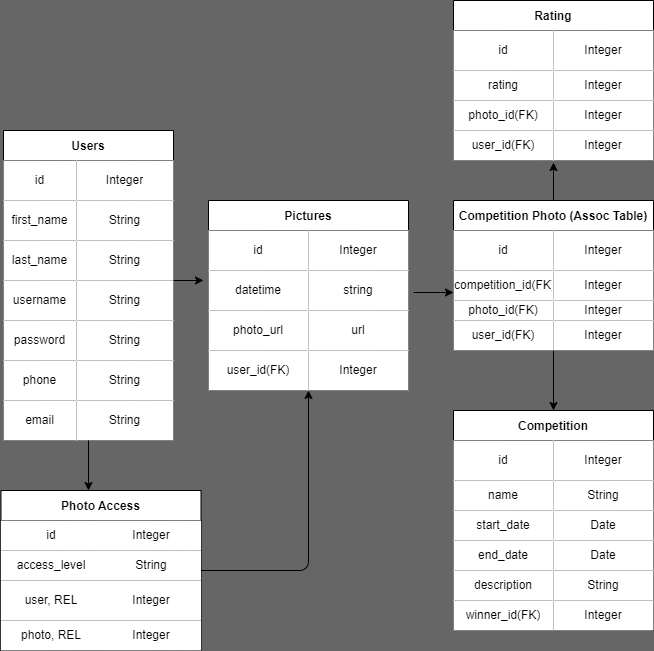
kcweise/wildlife keeps this draw.io diagram as planning/database-schema.png. Above is the earlier version. Source tidied: cells renumbered, new cells last; positions are measured from the earlier drawing's top-left corner, leaving out a move shared by most shapes.
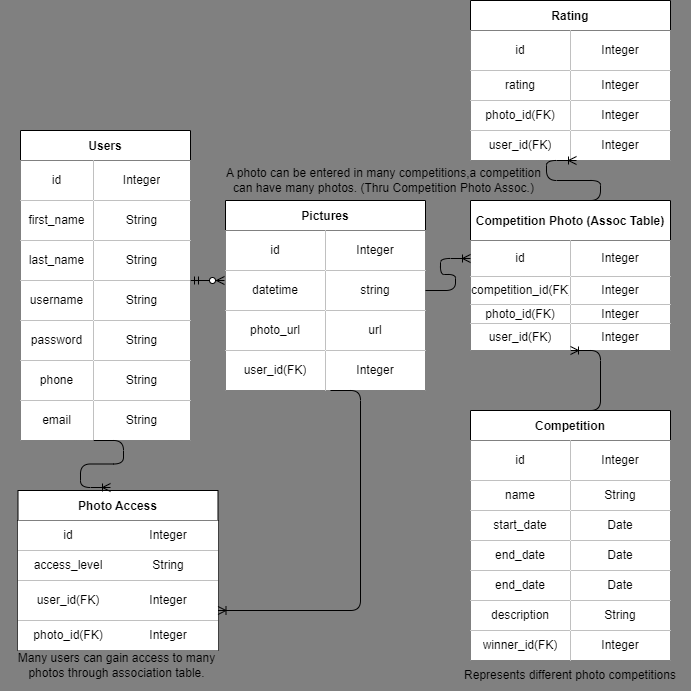
Above is the later version.

Commit message:
Updated database schema and started models

What changed in the source:
```diff
@@ -1,4 +1,4 @@
-<mxGraphModel background="#666666">
+<mxGraphModel background="#808080">
   <root>
     <mxCell id="0" />
     <mxCell id="1" parent="0" />
@@ -107,52 +107,45 @@
     <mxCell id="36" value="Integer" style="shape=partialRectangle;html=1;whiteSpace=wrap;fillColor=default;top=0;left=0;bottom=0;right=0;overflow=hidden;" parent="34" vertex="1">
       <mxGeometry x="100" width="100" height="40" as="geometry" />
     </mxCell>
-    <mxCell id="37" value="Competition Photo (Assoc Table)" style="shape=table;startSize=30;fontStyle=1;align=center;fillColor=default;" parent="1" vertex="1">
+    <mxCell id="37" value="Competition Photo (Assoc Table)" style="shape=table;startSize=40;fontStyle=1;align=center;fillColor=default;" parent="1" vertex="1">
       <mxGeometry x="452" y="200" width="200" height="150" as="geometry" />
     </mxCell>
     <mxCell id="38" style="shape=tableRow;horizontal=0;startSize=0;swimlaneHead=0;swimlaneBody=0;top=0;left=0;bottom=0;right=0;fillColor=none;points=[[0,0.5],[1,0.5]];portConstraint=eastwest;" parent="37" vertex="1">
-      <mxGeometry y="30" width="200" height="40" as="geometry" />
+      <mxGeometry y="40" width="200" height="36" as="geometry" />
     </mxCell>
     <mxCell id="39" value="id" style="shape=partialRectangle;html=1;whiteSpace=wrap;fillColor=default;top=0;left=0;bottom=0;right=0;overflow=hidden;" parent="38" vertex="1">
-      <mxGeometry width="100" height="40" as="geometry" />
+      <mxGeometry width="100" height="36" as="geometry" />
     </mxCell>
     <mxCell id="40" value="Integer" style="shape=partialRectangle;html=1;whiteSpace=wrap;fillColor=default;top=0;left=0;bottom=0;right=0;overflow=hidden;" parent="38" vertex="1">
-      <mxGeometry x="100" width="100" height="40" as="geometry" />
+      <mxGeometry x="100" width="100" height="36" as="geometry" />
     </mxCell>
     <mxCell id="41" style="shape=tableRow;horizontal=0;startSize=0;swimlaneHead=0;swimlaneBody=0;top=0;left=0;bottom=0;right=0;fillColor=none;points=[[0,0.5],[1,0.5]];portConstraint=eastwest;strokeColor=none;swimlaneLine=0;" parent="37" vertex="1">
-      <mxGeometry y="70" width="200" height="30" as="geometry" />
+      <mxGeometry y="76" width="200" height="28" as="geometry" />
     </mxCell>
     <mxCell id="42" value="competition_id(FK)" style="shape=partialRectangle;html=1;whiteSpace=wrap;fillColor=default;top=0;left=0;bottom=0;right=0;overflow=hidden;" parent="41" vertex="1">
-      <mxGeometry width="100" height="30" as="geometry" />
+      <mxGeometry width="100" height="28" as="geometry" />
     </mxCell>
     <mxCell id="43" value="Integer" style="shape=partialRectangle;html=1;whiteSpace=wrap;fillColor=default;top=0;left=0;bottom=0;right=0;overflow=hidden;" parent="41" vertex="1">
-      <mxGeometry x="100" width="100" height="30" as="geometry" />
+      <mxGeometry x="100" width="100" height="28" as="geometry" />
     </mxCell>
     <mxCell id="44" style="shape=tableRow;horizontal=0;startSize=0;swimlaneHead=0;swimlaneBody=0;top=0;left=0;bottom=0;right=0;fillColor=none;strokeColor=none;swimlaneLine=0;" parent="37" vertex="1">
-      <mxGeometry y="100" width="200" height="20" as="geometry" />
+      <mxGeometry y="104" width="200" height="19" as="geometry" />
     </mxCell>
     <mxCell id="45" value="photo_id(FK)" style="shape=partialRectangle;html=1;whiteSpace=wrap;fillColor=default;top=0;left=0;bottom=0;right=0;overflow=hidden;" parent="44" vertex="1">
-      <mxGeometry width="100" height="20" as="geometry" />
+      <mxGeometry width="100" height="19" as="geometry" />
     </mxCell>
     <mxCell id="46" value="Integer" style="shape=partialRectangle;html=1;whiteSpace=wrap;fillColor=default;top=0;left=0;bottom=0;right=0;overflow=hidden;" parent="44" vertex="1">
-      <mxGeometry x="100" width="100" height="20" as="geometry" />
+      <mxGeometry x="100" width="100" height="19" as="geometry" />
     </mxCell>
     <mxCell id="47" style="shape=tableRow;horizontal=0;startSize=0;swimlaneHead=0;swimlaneBody=0;top=0;left=0;bottom=0;right=0;fillColor=none;strokeColor=none;swimlaneLine=0;" parent="37" vertex="1">
-      <mxGeometry y="120" width="200" height="30" as="geometry" />
+      <mxGeometry y="123" width="200" height="27" as="geometry" />
     </mxCell>
     <mxCell id="48" value="user_id(FK)" style="shape=partialRectangle;html=1;whiteSpace=wrap;fillColor=default;top=0;left=0;bottom=0;right=0;overflow=hidden;" parent="47" vertex="1">
-      <mxGeometry width="100" height="30" as="geometry" />
+      <mxGeometry width="100" height="27" as="geometry" />
     </mxCell>
     <mxCell id="49" value="Integer" style="shape=partialRectangle;html=1;whiteSpace=wrap;fillColor=default;top=0;left=0;bottom=0;right=0;overflow=hidden;" parent="47" vertex="1">
-      <mxGeometry x="100" width="100" height="30" as="geometry" />
+      <mxGeometry x="100" width="100" height="27" as="geometry" />
     </mxCell>
-    <mxCell id="50" style="edgeStyle=none;html=1;exitX=1;exitY=0.5;exitDx=0;exitDy=0;entryX=0.5;entryY=1;entryDx=0;entryDy=0;" parent="1" edge="1" source="51" target="24">
-      <mxGeometry relative="1" as="geometry">
-        <Array as="points">
-          <mxPoint x="307" y="570" />
-        </Array>
-      </mxGeometry>
-    </mxCell>
     <mxCell id="51" value="Photo Access" style="shape=table;startSize=30;fontStyle=1;align=center;" parent="1" vertex="1">
       <mxGeometry x="-0.5" y="490" width="200" height="160" as="geometry" />
     </mxCell>
@@ -177,7 +170,7 @@
     <mxCell id="58" style="shape=tableRow;horizontal=0;startSize=0;swimlaneHead=0;swimlaneBody=0;top=0;left=0;bottom=0;right=0;fillColor=none;" parent="51" vertex="1">
       <mxGeometry y="90" width="200" height="40" as="geometry" />
     </mxCell>
-    <mxCell id="59" value="user, REL" style="shape=partialRectangle;html=1;whiteSpace=wrap;fillColor=default;top=0;left=0;bottom=0;right=0;overflow=hidden;" parent="58" vertex="1">
+    <mxCell id="59" value="user_id(FK)" style="shape=partialRectangle;html=1;whiteSpace=wrap;fillColor=default;top=0;left=0;bottom=0;right=0;overflow=hidden;" parent="58" vertex="1">
       <mxGeometry width="100" height="40" as="geometry" />
     </mxCell>
     <mxCell id="60" value="Integer" style="shape=partialRectangle;html=1;whiteSpace=wrap;fillColor=default;top=0;left=0;bottom=0;right=0;overflow=hidden;" parent="58" vertex="1">
@@ -186,7 +179,7 @@
     <mxCell id="61" style="shape=tableRow;horizontal=0;startSize=0;swimlaneHead=0;swimlaneBody=0;top=0;left=0;bottom=0;right=0;fillColor=none;" parent="51" vertex="1">
       <mxGeometry y="130" width="200" height="30" as="geometry" />
     </mxCell>
-    <mxCell id="62" value="photo, REL" style="shape=partialRectangle;html=1;whiteSpace=wrap;fillColor=default;top=0;left=0;bottom=0;right=0;overflow=hidden;" parent="61" vertex="1">
+    <mxCell id="62" value="photo_id(FK)" style="shape=partialRectangle;html=1;whiteSpace=wrap;fillColor=default;top=0;left=0;bottom=0;right=0;overflow=hidden;" parent="61" vertex="1">
       <mxGeometry width="100" height="30" as="geometry" />
     </mxCell>
     <mxCell id="63" value="Integer" style="shape=partialRectangle;html=1;whiteSpace=wrap;fillColor=default;top=0;left=0;bottom=0;right=0;overflow=hidden;" parent="61" vertex="1">
@@ -232,7 +225,7 @@
       <mxGeometry x="100" width="100" height="30" as="geometry" />
     </mxCell>
     <mxCell id="77" value="Competition" style="shape=table;startSize=30;fontStyle=1;align=center;fillColor=default;" parent="1" vertex="1">
-      <mxGeometry x="452" y="410" width="200" height="220" as="geometry" />
+      <mxGeometry x="452" y="410" width="200" height="250" as="geometry" />
     </mxCell>
     <mxCell id="78" style="shape=tableRow;horizontal=0;startSize=0;swimlaneHead=0;swimlaneBody=0;top=0;left=0;bottom=0;right=0;fillColor=none;" parent="77" vertex="1">
       <mxGeometry y="30" width="200" height="40" as="geometry" />
@@ -261,8 +254,17 @@
     <mxCell id="86" value="Date" style="shape=partialRectangle;html=1;whiteSpace=wrap;fillColor=default;top=0;left=0;bottom=0;right=0;overflow=hidden;" parent="84" vertex="1">
       <mxGeometry x="100" width="100" height="30" as="geometry" />
     </mxCell>
+    <mxCell id="101" style="shape=tableRow;horizontal=0;startSize=0;swimlaneHead=0;swimlaneBody=0;top=0;left=0;bottom=0;right=0;fillColor=none;strokeColor=none;swimlaneLine=0;" parent="77" vertex="1">
+      <mxGeometry y="130" width="200" height="30" as="geometry" />
+    </mxCell>
+    <mxCell id="102" value="end_date" style="shape=partialRectangle;html=1;whiteSpace=wrap;fillColor=default;top=0;left=0;bottom=0;right=0;overflow=hidden;" parent="101" vertex="1">
+      <mxGeometry width="100" height="30" as="geometry" />
+    </mxCell>
+    <mxCell id="103" value="Date" style="shape=partialRectangle;html=1;whiteSpace=wrap;fillColor=default;top=0;left=0;bottom=0;right=0;overflow=hidden;" parent="101" vertex="1">
+      <mxGeometry x="100" width="100" height="30" as="geometry" />
+    </mxCell>
     <mxCell id="87" style="shape=tableRow;horizontal=0;startSize=0;swimlaneHead=0;swimlaneBody=0;top=0;left=0;bottom=0;right=0;fillColor=none;strokeColor=none;swimlaneLine=0;" parent="77" vertex="1">
-      <mxGeometry y="130" width="200" height="30" as="geometry" />
+      <mxGeometry y="160" width="200" height="30" as="geometry" />
     </mxCell>
     <mxCell id="88" value="end_date" style="shape=partialRectangle;html=1;whiteSpace=wrap;fillColor=default;top=0;left=0;bottom=0;right=0;overflow=hidden;" parent="87" vertex="1">
       <mxGeometry width="100" height="30" as="geometry" />
@@ -271,7 +273,7 @@
       <mxGeometry x="100" width="100" height="30" as="geometry" />
     </mxCell>
     <mxCell id="90" style="shape=tableRow;horizontal=0;startSize=0;swimlaneHead=0;swimlaneBody=0;top=0;left=0;bottom=0;right=0;fillColor=none;strokeColor=none;swimlaneLine=0;" parent="77" vertex="1">
-      <mxGeometry y="160" width="200" height="30" as="geometry" />
+      <mxGeometry y="190" width="200" height="30" as="geometry" />
     </mxCell>
     <mxCell id="91" value="description" style="shape=partialRectangle;html=1;whiteSpace=wrap;fillColor=default;top=0;left=0;bottom=0;right=0;overflow=hidden;" parent="90" vertex="1">
       <mxGeometry width="100" height="30" as="geometry" />
@@ -280,7 +282,7 @@
       <mxGeometry x="100" width="100" height="30" as="geometry" />
     </mxCell>
     <mxCell id="93" style="shape=tableRow;horizontal=0;startSize=0;swimlaneHead=0;swimlaneBody=0;top=0;left=0;bottom=0;right=0;fillColor=none;strokeColor=none;swimlaneLine=0;" parent="77" vertex="1">
-      <mxGeometry y="190" width="200" height="30" as="geometry" />
+      <mxGeometry y="220" width="200" height="30" as="geometry" />
     </mxCell>
     <mxCell id="94" value="winner_id(FK)" style="shape=partialRectangle;html=1;whiteSpace=wrap;fillColor=default;top=0;left=0;bottom=0;right=0;overflow=hidden;" parent="93" vertex="1">
       <mxGeometry width="100" height="30" as="geometry" />
@@ -288,26 +290,38 @@
     <mxCell id="95" value="Integer" style="shape=partialRectangle;html=1;whiteSpace=wrap;fillColor=default;top=0;left=0;bottom=0;right=0;overflow=hidden;" parent="93" vertex="1">
       <mxGeometry x="100" width="100" height="30" as="geometry" />
     </mxCell>
-    <mxCell id="96" style="endArrow=classic;html=1;exitX=0.5;exitY=1;exitDx=0;exitDy=0;" parent="1" edge="1" source="2">
-      <mxGeometry relative="1" as="geometry">
-        <mxPoint x="87" y="490" as="targetPoint" />
-      </mxGeometry>
-    </mxCell>
-    <mxCell id="97" style="endArrow=classic;html=1;entryX=0;entryY=0.733;entryDx=0;entryDy=0;entryPerimeter=0;" parent="1" edge="1" target="41">
-      <mxGeometry relative="1" as="geometry">
-        <mxPoint x="412" y="292" as="sourcePoint" />
-      </mxGeometry>
-    </mxCell>
-    <mxCell id="98" style="edgeStyle=none;html=1;exitX=1;exitY=0;exitDx=0;exitDy=0;" parent="1" edge="1" source="14">
-      <mxGeometry relative="1" as="geometry">
-        <mxPoint x="202" y="280" as="targetPoint" />
-      </mxGeometry>
-    </mxCell>
-    <mxCell id="99" style="endArrow=classic;html=1;exitX=0.5;exitY=1;exitDx=0;exitDy=0;entryX=0.5;entryY=0;entryDx=0;entryDy=0;" parent="1" edge="1" source="37" target="77">
-      <mxGeometry relative="1" as="geometry" />
-    </mxCell>
+    <mxCell id="104" style="edgeStyle=entityRelationEdgeStyle;fontSize=12;html=1;endArrow=ERzeroToMany;startArrow=ERmandOne;exitX=1;exitY=1;exitDx=0;exitDy=0;" parent="1" edge="1" source="11">
+      <mxGeometry relative="1" as="geometry">
+        <mxPoint x="206" y="280" as="targetPoint" />
+      </mxGeometry>
+    </mxCell>
+    <mxCell id="105" value="Many users can gain access to many photos through association table." style="text;html=1;strokeColor=none;fillColor=none;align=center;verticalAlign=middle;whiteSpace=wrap;rounded=0;" parent="1" vertex="1">
+      <mxGeometry x="-18" y="650" width="232.5" height="30" as="geometry" />
+    </mxCell>
+    <mxCell id="106" value="Represents different photo competitions" style="text;html=1;strokeColor=none;fillColor=none;align=center;verticalAlign=middle;whiteSpace=wrap;rounded=0;" parent="1" vertex="1">
+      <mxGeometry x="432" y="660" width="240" height="30" as="geometry" />
+    </mxCell>
+    <mxCell id="107" value="A photo can be entered in many competitions,a competition &lt;br&gt;can have many photos. (Thru Competition Photo Assoc.)" style="text;html=1;align=center;verticalAlign=middle;strokeColor=none;fillColor=none;" parent="1" vertex="1">
+      <mxGeometry x="194.5" y="160" width="340" height="40" as="geometry" />
+    </mxCell>
+    <mxCell id="108" style="edgeStyle=entityRelationEdgeStyle;fontSize=12;html=1;endArrow=ERoneToMany;exitX=1;exitY=0.5;exitDx=0;exitDy=0;entryX=0;entryY=0.5;entryDx=0;entryDy=0;" parent="1" edge="1" source="28" target="38">
+      <mxGeometry relative="1" as="geometry" />
+    </mxCell>
+    <mxCell id="109" style="edgeStyle=entityRelationEdgeStyle;fontSize=12;html=1;endArrow=ERoneToMany;exitX=0.5;exitY=0;exitDx=0;exitDy=0;entryX=0.5;entryY=1;entryDx=0;entryDy=0;" parent="1" edge="1" source="77" target="37">
+      <mxGeometry relative="1" as="geometry" />
+    </mxCell>
+    <mxCell id="110" style="edgeStyle=entityRelationEdgeStyle;fontSize=12;html=1;endArrow=ERoneToMany;entryX=1;entryY=0.75;entryDx=0;entryDy=0;" parent="1" edge="1" target="51">
+      <mxGeometry relative="1" as="geometry">
+        <mxPoint x="312" y="390" as="sourcePoint" />
+      </mxGeometry>
+    </mxCell>
-    <mxCell id="100" style="endArrow=classic;html=1;entryX=0.5;entryY=1.067;entryDx=0;entryDy=0;entryPerimeter=0;exitX=0.5;exitY=0;exitDx=0;exitDy=0;" parent="1" edge="1" source="37" target="74">
+    <mxCell id="100" style="edgeStyle=entityRelationEdgeStyle;fontSize=12;html=1;endArrow=ERoneToMany;entryX=0.53;entryY=1;entryDx=0;entryDy=0;entryPerimeter=0;exitX=0.5;exitY=0;exitDx=0;exitDy=0;" parent="1" edge="1" source="37" target="74">
       <mxGeometry relative="1" as="geometry" />
     </mxCell>
+    <mxCell id="111" style="edgeStyle=entityRelationEdgeStyle;fontSize=12;html=1;endArrow=ERoneToMany;exitX=0;exitY=1;exitDx=0;exitDy=0;" parent="1" edge="1" source="23">
+      <mxGeometry relative="1" as="geometry">
+        <mxPoint x="92" y="487" as="targetPoint" />
+      </mxGeometry>
+    </mxCell>
   </root>
 </mxGraphModel>
```
